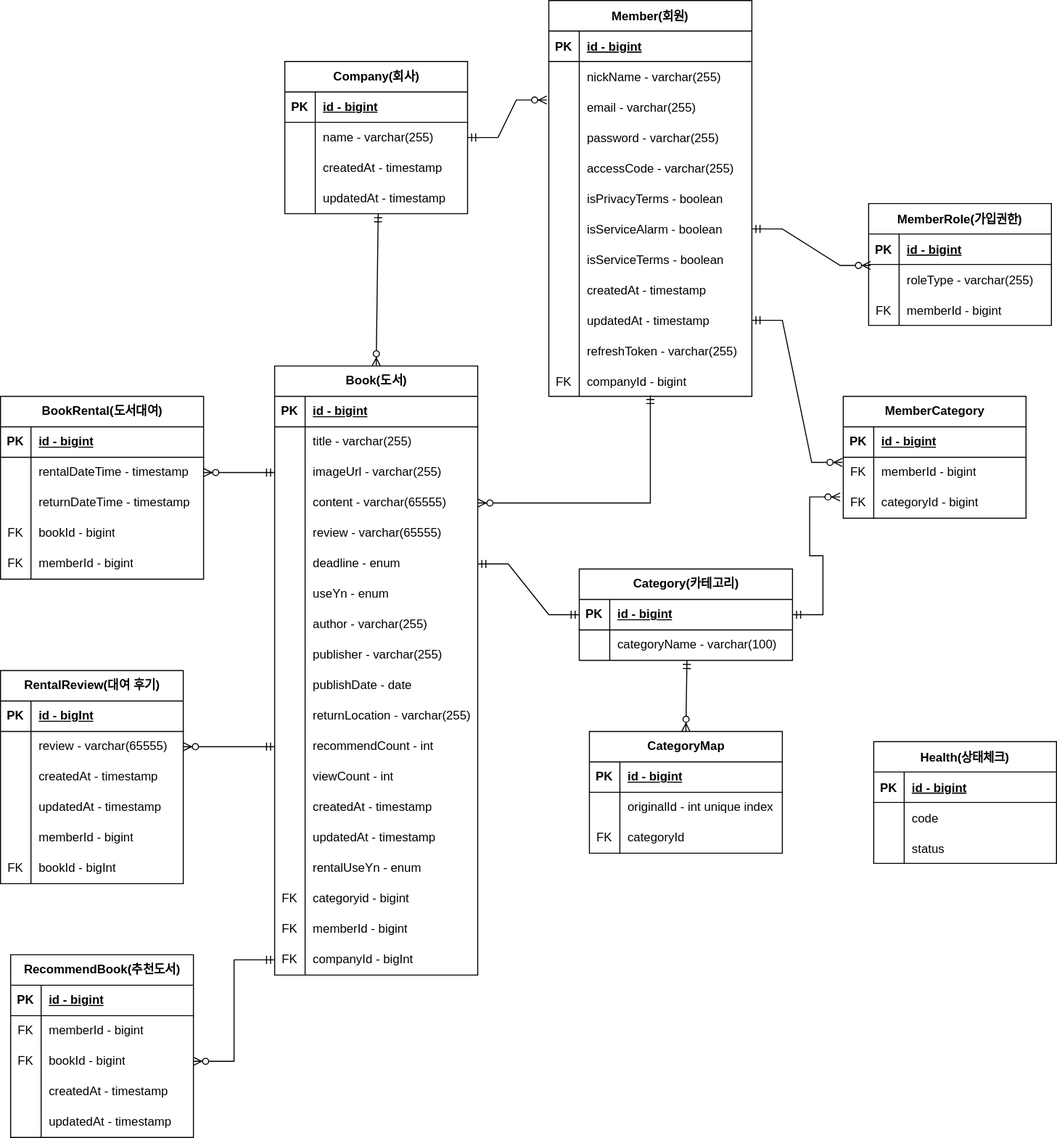
dukki-labs/litarary keeps this draw.io diagram as document/litarary.drawio.svg. Above is the earlier version. Source tidied: cells renumbered, new cells last; positions are measured from the earlier drawing's top-left corner, leaving out a move shared by most shapes.
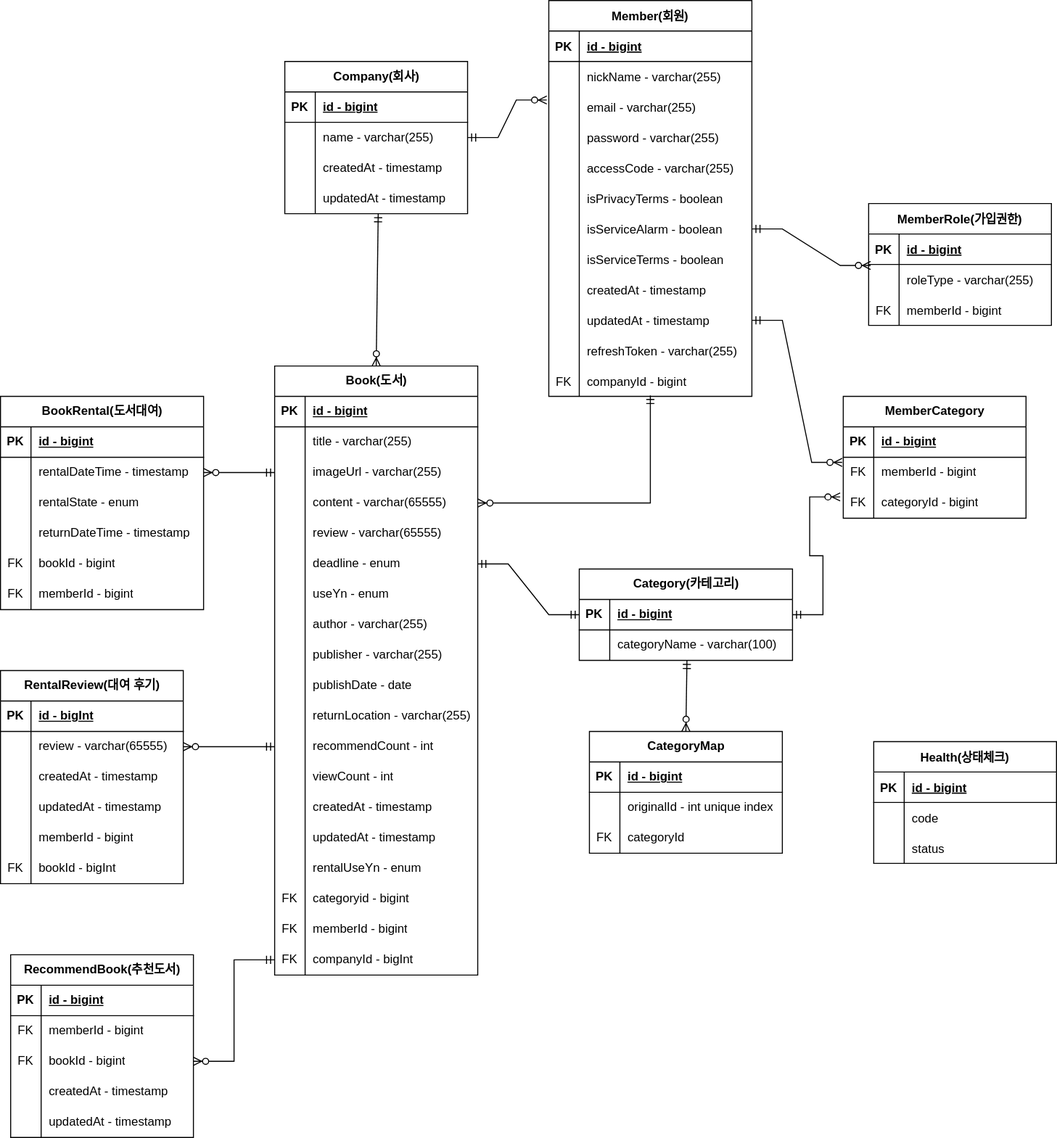
Later version of the same file.

Change to the diagram source:
```diff
@@ -405,7 +405,7 @@
       <mxGeometry x="30" width="170" height="30" as="geometry" />
     </mxCell>
     <mxCell id="136" value="BookRental(도서대여)" style="shape=table;startSize=30;rowLines=0;fontStyle=1;align=center;html=1;" parent="1" vertex="1">
-      <mxGeometry y="390" width="200" height="180" as="geometry" />
+      <mxGeometry y="390" width="200" height="210" as="geometry" />
     </mxCell>
     <mxCell id="137" style="shape=tableRow;horizontal=0;startSize=0;swimlaneHead=0;swimlaneBody=0;fillColor=none;top=0;left=0;right=0;bottom=1;" parent="136" vertex="1">
       <mxGeometry y="30" width="200" height="30" as="geometry" />
@@ -425,8 +425,17 @@
     <mxCell id="142" value="&lt;div&gt;rentalDateTime - timestamp&lt;/div&gt;" style="shape=partialRectangle;fillColor=none;top=0;left=0;bottom=0;right=0;align=left;spacingLeft=6;overflow=hidden;whiteSpace=wrap;html=1;" parent="140" vertex="1">
       <mxGeometry x="30" width="170" height="30" as="geometry" />
     </mxCell>
+    <mxCell id="219" style="shape=tableRow;horizontal=0;startSize=0;swimlaneHead=0;swimlaneBody=0;fillColor=none;top=0;left=0;right=0;bottom=0;" parent="136" vertex="1">
+      <mxGeometry y="90" width="200" height="30" as="geometry" />
+    </mxCell>
+    <mxCell id="220" style="shape=partialRectangle;fillColor=none;top=0;left=0;bottom=0;right=0;overflow=hidden;whiteSpace=wrap;html=1;" parent="219" vertex="1">
+      <mxGeometry width="30" height="30" as="geometry" />
+    </mxCell>
+    <mxCell id="221" value="&lt;div&gt;rentalState - enum&lt;/div&gt;" style="shape=partialRectangle;fillColor=none;top=0;left=0;bottom=0;right=0;align=left;spacingLeft=6;overflow=hidden;whiteSpace=wrap;html=1;" parent="219" vertex="1">
+      <mxGeometry x="30" width="170" height="30" as="geometry" />
+    </mxCell>
     <mxCell id="143" style="shape=tableRow;horizontal=0;startSize=0;swimlaneHead=0;swimlaneBody=0;fillColor=none;top=0;left=0;right=0;bottom=0;" parent="136" vertex="1">
-      <mxGeometry y="90" width="200" height="30" as="geometry" />
+      <mxGeometry y="120" width="200" height="30" as="geometry" />
     </mxCell>
     <mxCell id="144" style="shape=partialRectangle;fillColor=none;top=0;left=0;bottom=0;right=0;overflow=hidden;whiteSpace=wrap;html=1;" parent="143" vertex="1">
       <mxGeometry width="30" height="30" as="geometry" />
@@ -435,7 +444,7 @@
       <mxGeometry x="30" width="170" height="30" as="geometry" />
     </mxCell>
     <mxCell id="146" style="shape=tableRow;horizontal=0;startSize=0;swimlaneHead=0;swimlaneBody=0;fillColor=none;top=0;left=0;right=0;bottom=0;" parent="136" vertex="1">
-      <mxGeometry y="120" width="200" height="30" as="geometry" />
+      <mxGeometry y="150" width="200" height="30" as="geometry" />
     </mxCell>
     <mxCell id="147" value="FK" style="shape=partialRectangle;fillColor=none;top=0;left=0;bottom=0;right=0;overflow=hidden;whiteSpace=wrap;html=1;" parent="146" vertex="1">
       <mxGeometry width="30" height="30" as="geometry" />
@@ -444,7 +453,7 @@
       <mxGeometry x="30" width="170" height="30" as="geometry" />
     </mxCell>
     <mxCell id="149" style="shape=tableRow;horizontal=0;startSize=0;swimlaneHead=0;swimlaneBody=0;fillColor=none;top=0;left=0;right=0;bottom=0;" parent="136" vertex="1">
-      <mxGeometry y="150" width="200" height="30" as="geometry" />
+      <mxGeometry y="180" width="200" height="30" as="geometry" />
     </mxCell>
     <mxCell id="150" value="FK" style="shape=partialRectangle;fillColor=none;top=0;left=0;bottom=0;right=0;overflow=hidden;whiteSpace=wrap;html=1;" parent="149" vertex="1">
       <mxGeometry width="30" height="30" as="geometry" />
```
